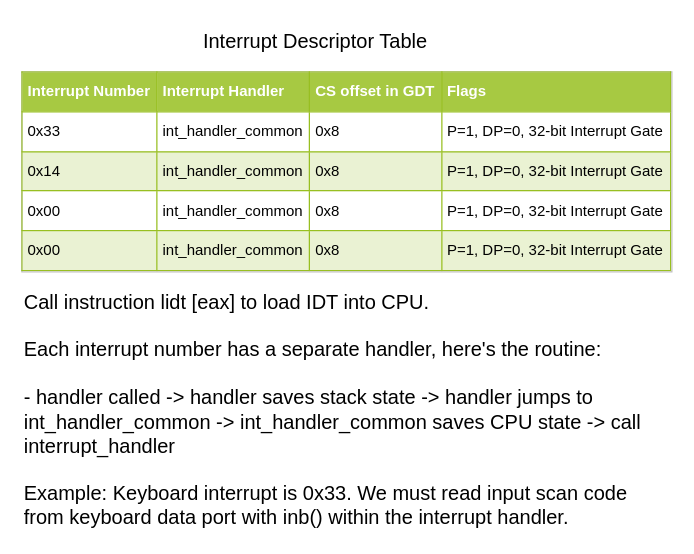
Earlier version of the draw.io diagram doc/Drafts/IDT.drawio (sandwichdoge/catchOS). Source tidied: cells renumbered, new cells numbered last; positions are measured from the earlier drawing's top-left corner, leaving out a move shared by most shapes. Both pictures are drawn from the tidied source at 125%, with x=0, y=0 at pixel (21, 21).
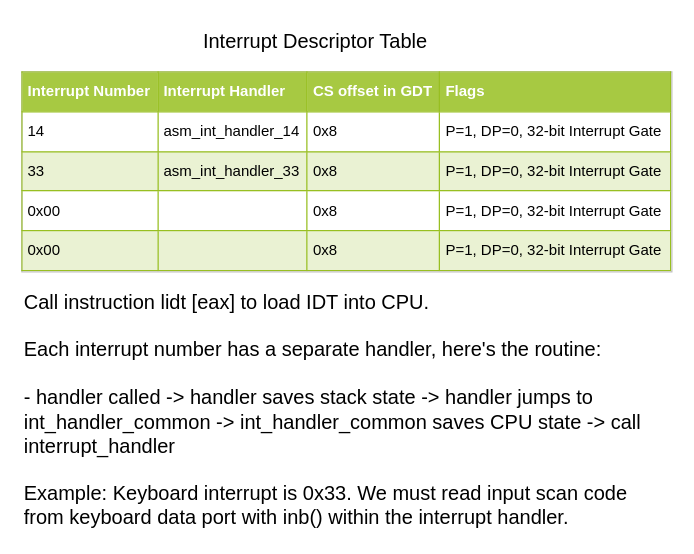
The same page after the edit.

The edit, as a diff of the source:
```diff
@@
 <mxGraphModel>
   <root>
     <mxCell id="0" />
     <mxCell id="1" parent="0" />
-    <mxCell id="2" value="&lt;table style=&quot;width: 100% ; height: 100% ; border-collapse: collapse&quot; width=&quot;100%&quot; cellpadding=&quot;4&quot; border=&quot;1&quot;&gt;&lt;tbody&gt;&lt;tr style=&quot;background-color: #a7c942 ; color: #ffffff ; border: 1px solid #98bf21&quot;&gt;&lt;th align=&quot;left&quot;&gt;Interrupt Number&lt;br&gt;&lt;/th&gt;&lt;th align=&quot;left&quot;&gt;Interrupt Handler&lt;br&gt;&lt;/th&gt;&lt;th align=&quot;left&quot;&gt;CS offset in GDT&lt;br&gt;&lt;/th&gt;&lt;td&gt;&lt;b&gt;Flags&lt;/b&gt;&lt;br&gt;&lt;/td&gt;&lt;/tr&gt;&lt;tr style=&quot;border: 1px solid #98bf21&quot;&gt;&lt;td&gt;0x33&lt;/td&gt;&lt;td&gt;int_handler_common&lt;br&gt;&lt;/td&gt;&lt;td&gt;0x8&lt;/td&gt;&lt;td&gt;P=1, DP=0, 32-bit Interrupt Gate&lt;br&gt;&lt;/td&gt;&lt;/tr&gt;&lt;tr style=&quot;background-color: #eaf2d3 ; border: 1px solid #98bf21&quot;&gt;&lt;td&gt;0x14&lt;br&gt;&lt;/td&gt;&lt;td&gt;int_handler_common&lt;/td&gt;&lt;td&gt;0x8&lt;br&gt;&lt;/td&gt;&lt;td&gt;P=1, DP=0, 32-bit Interrupt Gate&lt;/td&gt;&lt;/tr&gt;&lt;tr style=&quot;border: 1px solid #98bf21&quot;&gt;&lt;td&gt;0x00&lt;br&gt;&lt;/td&gt;&lt;td&gt;int_handler_common&lt;/td&gt;&lt;td&gt;0x8&lt;/td&gt;&lt;td&gt;P=1, DP=0, 32-bit Interrupt Gate&lt;/td&gt;&lt;/tr&gt;&lt;tr style=&quot;background-color: #eaf2d3 ; border: 1px solid #98bf21&quot;&gt;&lt;td&gt;0x00&lt;br&gt;&lt;/td&gt;&lt;td&gt;int_handler_common&lt;/td&gt;&lt;td&gt;0x8&lt;br&gt;&lt;/td&gt;&lt;td&gt;P=1, DP=0, 32-bit Interrupt Gate&lt;/td&gt;&lt;/tr&gt;&lt;/tbody&gt;&lt;/table&gt;" style="text;html=1;strokeColor=#c0c0c0;fillColor=#ffffff;overflow=fill;rounded=0;" parent="1" vertex="1">
+    <mxCell id="2" value="&lt;table style=&quot;width: 100% ; height: 100% ; border-collapse: collapse&quot; width=&quot;100%&quot; cellpadding=&quot;4&quot; border=&quot;1&quot;&gt;&lt;tbody&gt;&lt;tr style=&quot;background-color: #a7c942 ; color: #ffffff ; border: 1px solid #98bf21&quot;&gt;&lt;th align=&quot;left&quot;&gt;Interrupt Number&lt;br&gt;&lt;/th&gt;&lt;th align=&quot;left&quot;&gt;Interrupt Handler&lt;br&gt;&lt;/th&gt;&lt;th align=&quot;left&quot;&gt;CS offset in GDT&lt;br&gt;&lt;/th&gt;&lt;td&gt;&lt;b&gt;Flags&lt;/b&gt;&lt;br&gt;&lt;/td&gt;&lt;/tr&gt;&lt;tr style=&quot;border: 1px solid #98bf21&quot;&gt;&lt;td&gt;14&lt;/td&gt;&lt;td&gt;asm_int_handler_14&lt;br&gt;&lt;/td&gt;&lt;td&gt;0x8&lt;/td&gt;&lt;td&gt;P=1, DP=0, 32-bit Interrupt Gate&lt;br&gt;&lt;/td&gt;&lt;/tr&gt;&lt;tr style=&quot;background-color: #eaf2d3 ; border: 1px solid #98bf21&quot;&gt;&lt;td&gt;33&lt;/td&gt;&lt;td&gt;asm_int_handler_33&lt;/td&gt;&lt;td&gt;0x8&lt;br&gt;&lt;/td&gt;&lt;td&gt;P=1, DP=0, 32-bit Interrupt Gate&lt;/td&gt;&lt;/tr&gt;&lt;tr style=&quot;border: 1px solid #98bf21&quot;&gt;&lt;td&gt;0x00&lt;br&gt;&lt;/td&gt;&lt;td&gt;&lt;br&gt;&lt;/td&gt;&lt;td&gt;0x8&lt;/td&gt;&lt;td&gt;P=1, DP=0, 32-bit Interrupt Gate&lt;/td&gt;&lt;/tr&gt;&lt;tr style=&quot;background-color: #eaf2d3 ; border: 1px solid #98bf21&quot;&gt;&lt;td&gt;0x00&lt;br&gt;&lt;/td&gt;&lt;td&gt;&lt;br&gt;&lt;/td&gt;&lt;td&gt;0x8&lt;br&gt;&lt;/td&gt;&lt;td&gt;P=1, DP=0, 32-bit Interrupt Gate&lt;/td&gt;&lt;/tr&gt;&lt;/tbody&gt;&lt;/table&gt;" style="text;html=1;strokeColor=#c0c0c0;fillColor=#ffffff;overflow=fill;rounded=0;" parent="1" vertex="1">
       <mxGeometry y="40" width="520" height="160" as="geometry" />
     </mxCell>
     <mxCell id="3" value="Interrupt Descriptor Table" style="text;html=1;strokeColor=none;fillColor=none;align=center;verticalAlign=middle;whiteSpace=wrap;rounded=0;fontSize=16;" parent="1" vertex="1">
       <mxGeometry x="120" width="230" height="30" as="geometry" />
     </mxCell>
     <mxCell id="4" value="&lt;div&gt;Call instruction lidt [eax] to load IDT into CPU.&lt;/div&gt;&lt;div&gt;&lt;br&gt;&lt;/div&gt;&lt;div&gt;Each interrupt number has a separate handler, here's the routine:&lt;/div&gt;&lt;div&gt;&lt;br&gt;&lt;/div&gt;&lt;div&gt;- handler called -&amp;gt; handler saves stack state -&amp;gt; handler jumps to int_handler_common -&amp;gt; int_handler_common saves CPU state -&amp;gt; call interrupt_handler&lt;/div&gt;&lt;div&gt;&lt;br&gt;&lt;/div&gt;&lt;div&gt;Example: Keyboard interrupt is 0x33. We must read input scan code from keyboard data port with inb() within the interrupt handler.&lt;br&gt;&lt;/div&gt;" style="text;html=1;strokeColor=none;fillColor=none;align=left;verticalAlign=middle;whiteSpace=wrap;rounded=0;fontSize=16;" parent="1" vertex="1">
       <mxGeometry y="210" width="520" height="199" as="geometry" />
     </mxCell>
   </root>
 </mxGraphModel>
```
